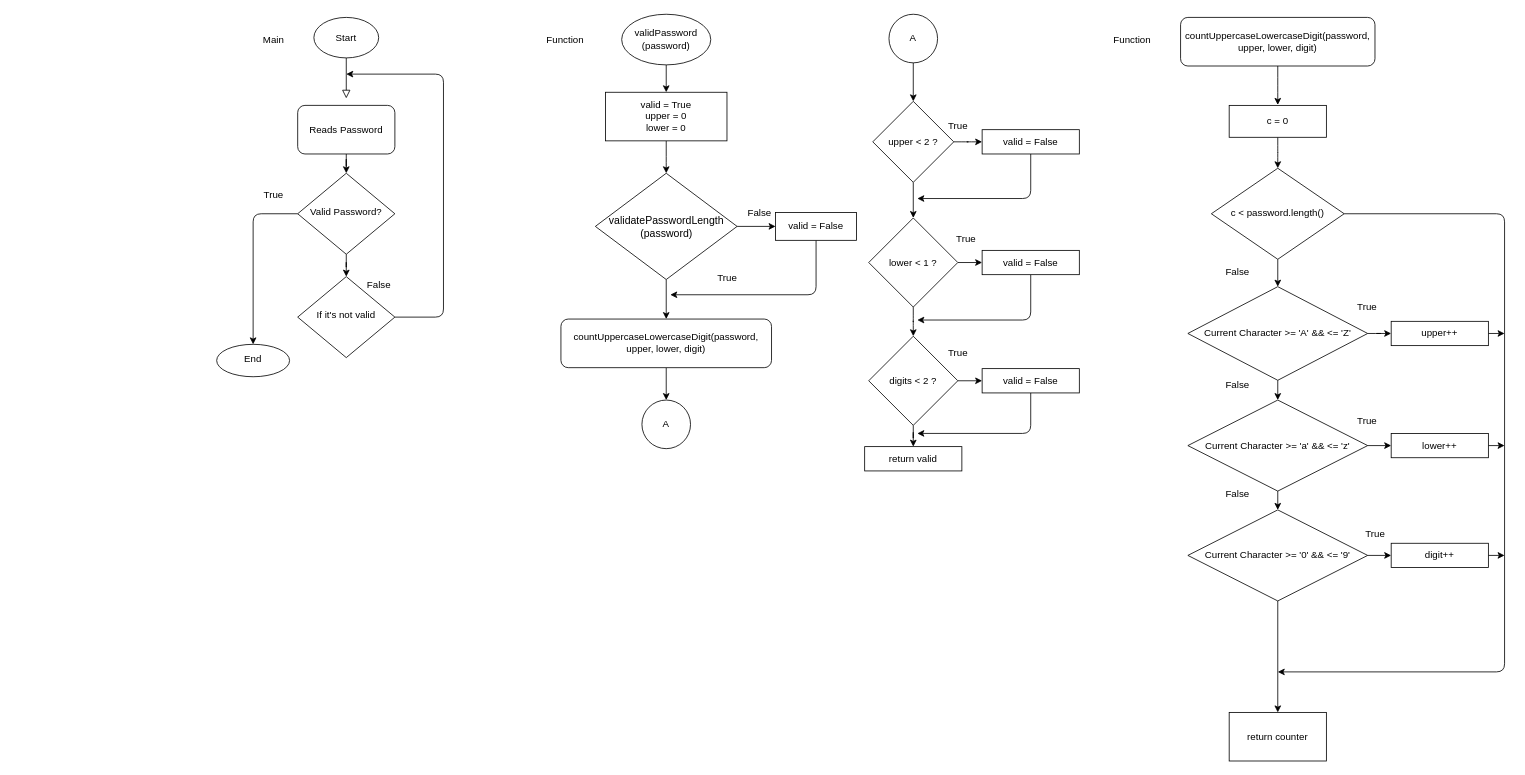
Above: Untitled Diagram.drawio in netteNz/CTEC-230 (draw.io), before the change. Source tidied: cells renumbered, new cells numbered last; positions are measured from the earlier drawing's top-left corner, leaving out a move shared by most shapes. Both pictures are drawn from the tidied source at 81%, with x=0, y=0 at pixel (216, 14).
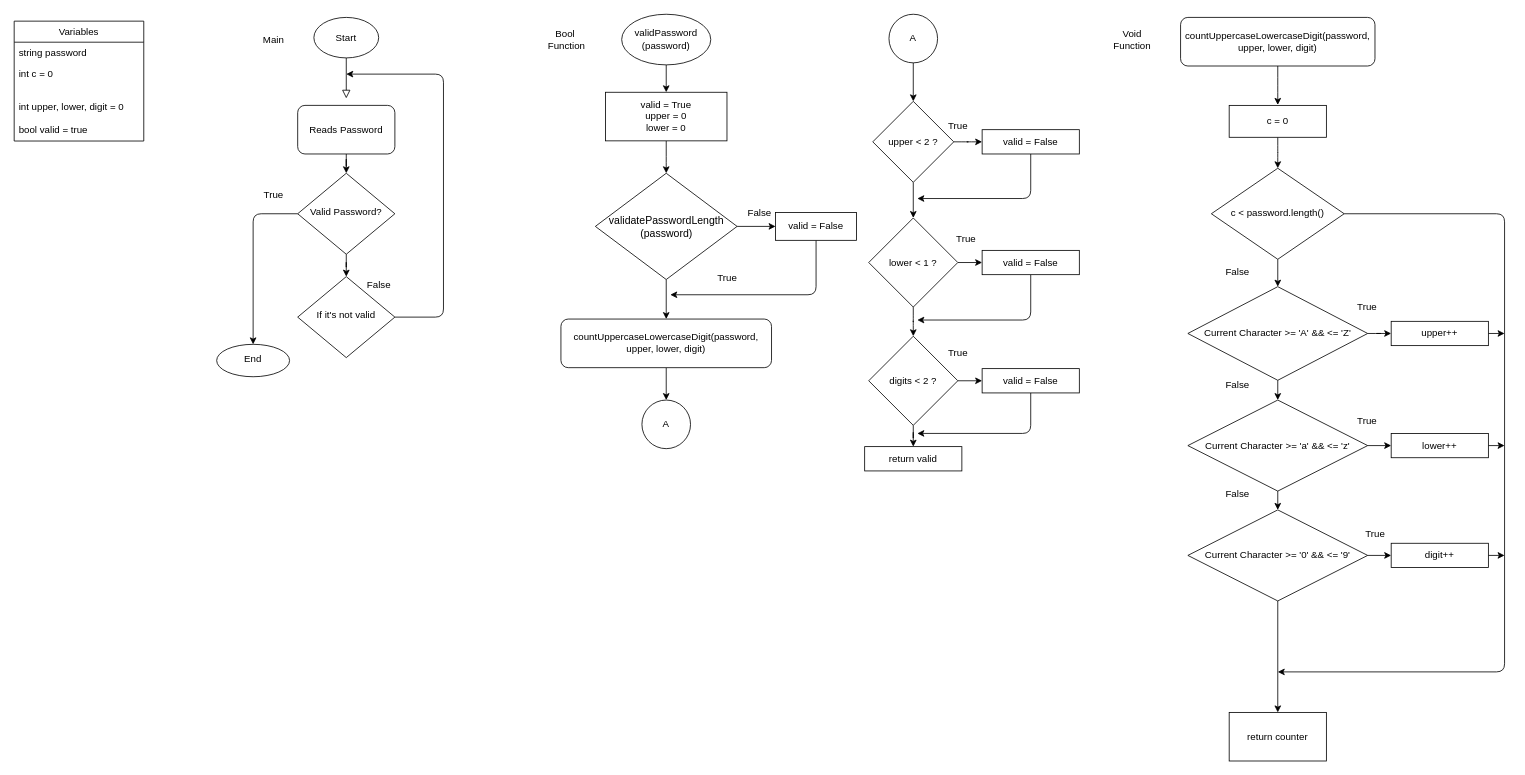
After the change.

Change to the diagram source:
```diff
@@
-    <mxCell id="79" value="Function" style="text;html=1;align=center;verticalAlign=middle;strokeColor=none;" parent="1" vertex="1">
-      <mxGeometry x="400" y="22" width="60" height="20" as="geometry" />
+    <mxCell id="79" value="Bool&lt;br&gt;&amp;nbsp;Function" style="text;html=1;align=center;verticalAlign=middle;strokeColor=none;" parent="1" vertex="1">
+      <mxGeometry x="400" y="17" width="60" height="30" as="geometry" />
     </mxCell>
-    <mxCell id="80" value="Function" style="text;html=1;align=center;verticalAlign=middle;strokeColor=none;" parent="1" vertex="1">
-      <mxGeometry x="1100" y="22" width="60" height="20" as="geometry" />
+    <mxCell id="80" value="Void &lt;br&gt;Function" style="text;html=1;align=center;verticalAlign=middle;strokeColor=none;" parent="1" vertex="1">
+      <mxGeometry x="1100" y="17" width="60" height="30" as="geometry" />
     </mxCell>
+    <mxCell id="81" value="Variables" style="swimlane;fontStyle=0;horizontal=1;startSize=26;rounded=0;sketch=0;" parent="1" vertex="1">
+      <mxGeometry x="-250" y="8.6" width="160" height="148" as="geometry" />
+    </mxCell>
+    <mxCell id="82" value="string password" style="text;strokeColor=none;fillColor=none;align=left;verticalAlign=top;spacingLeft=4;spacingRight=4;overflow=hidden;" parent="81" vertex="1">
+      <mxGeometry y="26" width="160" height="26" as="geometry" />
+    </mxCell>
+    <mxCell id="83" value="int c = 0" style="text;strokeColor=none;fillColor=none;align=left;verticalAlign=top;spacingLeft=4;spacingRight=4;overflow=hidden;" parent="81" vertex="1">
+      <mxGeometry y="52" width="160" height="26" as="geometry" />
+    </mxCell>
+    <mxCell id="84" value="&#10;int upper, lower, digit = 0&#10;&#10;bool valid = true&#10;" style="text;strokeColor=none;fillColor=none;align=left;verticalAlign=top;spacingLeft=4;spacingRight=4;overflow=hidden;" parent="81" vertex="1">
+      <mxGeometry y="78" width="160" height="70" as="geometry" />
+    </mxCell>
```
